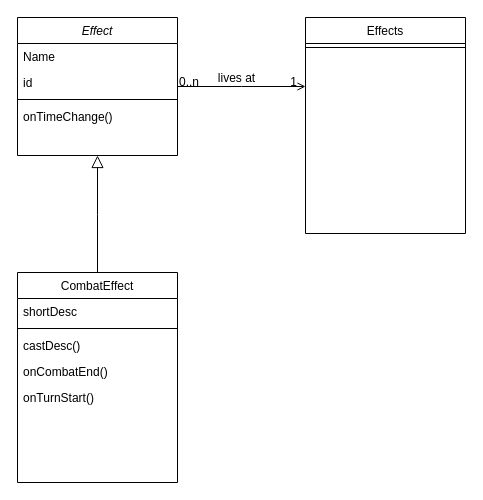
The draw.io diagram docs/Framework.drawio in jackdarker/Teyt, before the edit. Source tidied: cells renumbered, new cells numbered last; positions are measured from the earlier drawing's top-left corner, leaving out a move shared by most shapes. Both pictures are drawn from the tidied source at 100%, with x=0, y=0 at pixel (17, 17).
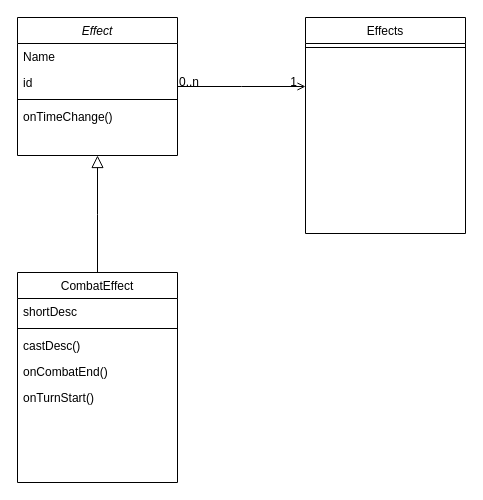
The same page after the edit.

The change refers to these unchanged cells:
```xml
<mxCell id="16" style="endArrow=open;shadow=0;strokeWidth=1;rounded=0;endFill=1;edgeStyle=elbowEdgeStyle;elbow=vertical;" parent="1" edge="1" source="2" target="14">
  <mxGeometry x="0.5" y="41" relative="1" as="geometry">
    <mxPoint x="-40" y="32" as="offset" />
  </mxGeometry>
</mxCell>
```

Diff of the diagram source:
```diff
@@
-    <mxCell id="19" value="lives at" style="text;html=1;align=center;verticalAlign=middle;labelBackgroundColor=none;rounded=0;shadow=0;strokeWidth=1;fontSize=12;" parent="16" vertex="1">
-      <mxGeometry x="0.5" y="49" relative="1" as="geometry">
-        <mxPoint x="-38" y="40" as="offset" />
-      </mxGeometry>
-    </mxCell>
```
